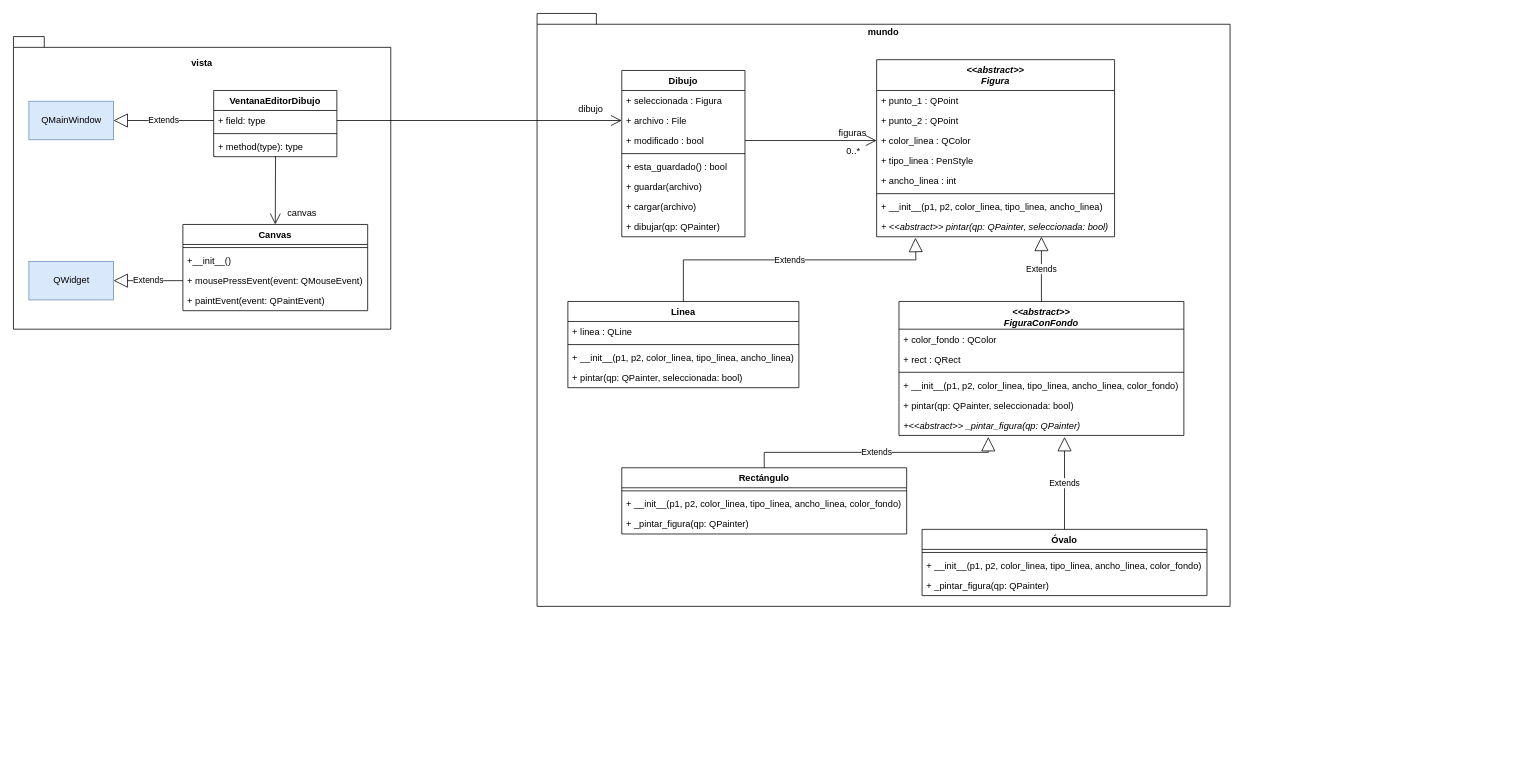
Before: diagrama_clases.drawio in jahlon/editor_dibujo_pyside, a draw.io diagram. Source tidied: cells renumbered, new cells numbered last; positions are measured from the earlier drawing's top-left corner, leaving out a move shared by most shapes. Both pictures are drawn from the tidied source at 77%, with x=0, y=0 at pixel (13, 13).
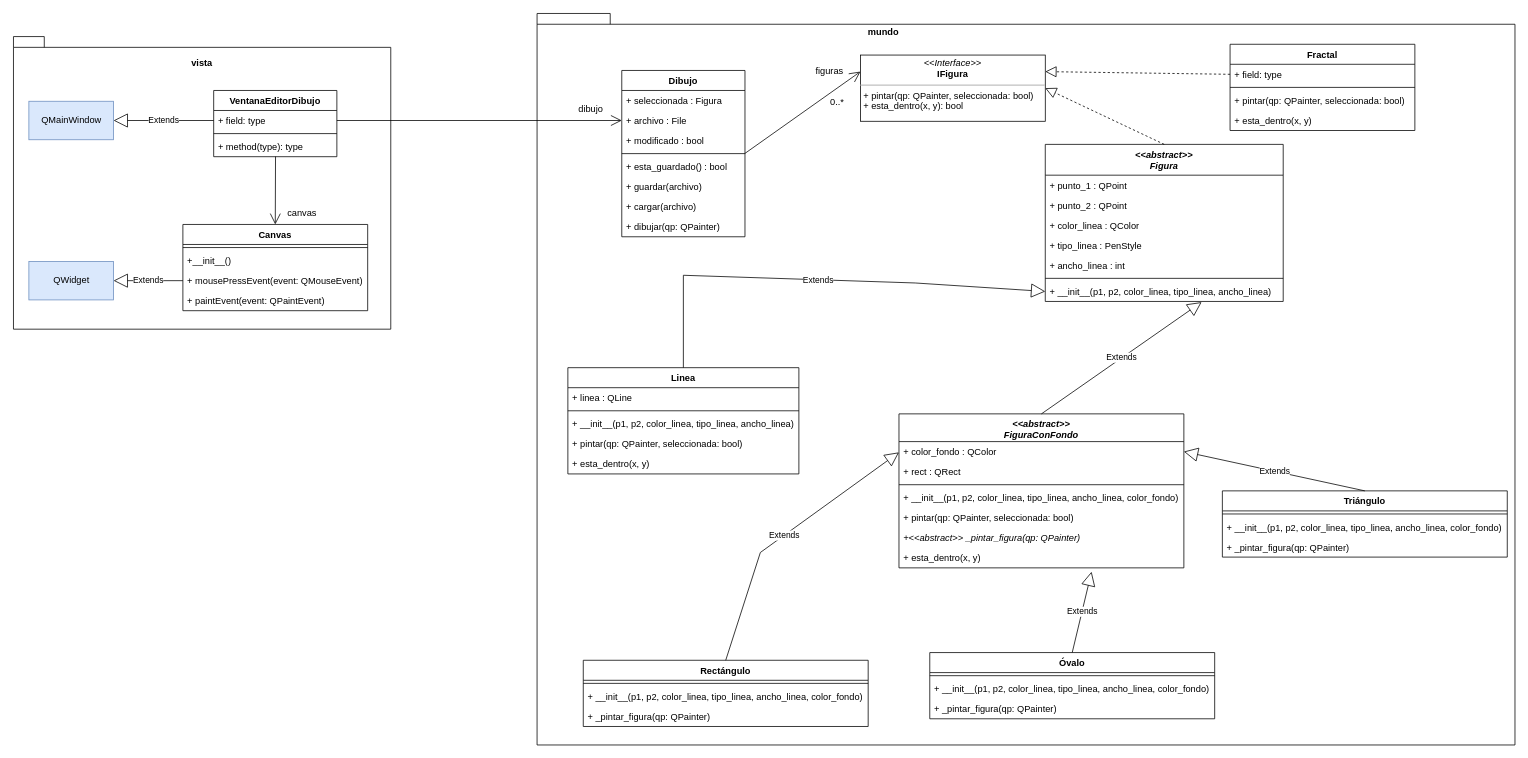
Above is the later version.

Commit message (it also covers changes not shown here):
Se terminó la implementación agregando la interfaz y modificando la interfaz gráfica para agregar el botón de triángulo

The change refers to these unchanged cells:
```xml
<mxCell id="7" value="+ color_linea : QColor" style="text;strokeColor=none;fillColor=none;align=left;verticalAlign=top;spacingLeft=4;spacingRight=4;overflow=hidden;points=[[0,0.5],[1,0.5]];portConstraint=eastwest;" parent="4" vertex="1">
  <mxGeometry y="92" width="309" height="26" as="geometry" />
</mxCell>
<mxCell id="11" value="+ __init__(p1, p2, color_linea, tipo_linea, ancho_linea)" style="text;strokeColor=none;fillColor=none;align=left;verticalAlign=top;spacingLeft=4;spacingRight=4;overflow=hidden;points=[[0,0.5],[1,0.5]];portConstraint=eastwest;" parent="4" vertex="1">
  <mxGeometry y="178" width="309" height="26" as="geometry" />
</mxCell>
<mxCell id="19" value="+ color_fondo : QColor" style="text;strokeColor=none;fillColor=none;align=left;verticalAlign=top;spacingLeft=4;spacingRight=4;overflow=hidden;points=[[0,0.5],[1,0.5]];portConstraint=eastwest;" parent="18" vertex="1">
  <mxGeometry y="36" width="370" height="26" as="geometry" />
</mxCell>
<mxCell id="36" value="+ modificado : bool" style="text;strokeColor=none;fillColor=none;align=left;verticalAlign=top;spacingLeft=4;spacingRight=4;overflow=hidden;points=[[0,0.5],[1,0.5]];portConstraint=eastwest;" parent="33" vertex="1">
  <mxGeometry y="78" width="160" height="26" as="geometry" />
</mxCell>
```

Diff of the diagram source:
```diff
@@
     <mxCell id="2" style="shape=folder;fontStyle=1;spacingTop=10;tabWidth=40;tabHeight=14;tabPosition=left;html=1;fillColor=default;" parent="1" vertex="1">
-      <mxGeometry x="680" width="900" height="770" as="geometry" />
+      <mxGeometry x="680" width="1270" height="950" as="geometry" />
     </mxCell>
@@
     <mxCell id="4" value="&lt;&lt;abstract&gt;&gt;&#10;Figura" style="swimlane;fontStyle=3;align=center;verticalAlign=top;horizontal=1;startSize=40;" parent="1" vertex="1">
-      <mxGeometry x="1121" y="60" width="309" height="230" as="geometry" />
+      <mxGeometry x="1340" y="170" width="309" height="204" as="geometry" />
     </mxCell>
@@
-    <mxCell id="12" value="+ &lt;&lt;abstract&gt;&gt; pintar(qp: QPainter, seleccionada: bool)" style="text;strokeColor=none;fillColor=none;align=left;verticalAlign=top;spacingLeft=4;spacingRight=4;overflow=hidden;points=[[0,0.5],[1,0.5]];portConstraint=eastwest;fontStyle=2;" parent="4" vertex="1">
-      <mxGeometry y="204" width="309" height="26" as="geometry" />
-    </mxCell>
     <mxCell id="13" value="Linea" style="swimlane;fontStyle=1;align=center;verticalAlign=top;horizontal=1;startSize=26;" parent="1" vertex="1">
-      <mxGeometry x="720" y="374" width="300" height="112" as="geometry" />
+      <mxGeometry x="720" y="460" width="300" height="138" as="geometry" />
     </mxCell>
@@
+    <mxCell id="68" value="+ esta_dentro(x, y)" style="text;strokeColor=none;fillColor=none;align=left;verticalAlign=top;spacingLeft=4;spacingRight=4;overflow=hidden;fontStyle=0;" parent="13" vertex="1">
+      <mxGeometry y="112" width="300" height="26" as="geometry" />
+    </mxCell>
     <mxCell id="18" value="&lt;&lt;abstract&gt;&gt;&#10;FiguraConFondo" style="swimlane;fontStyle=3;align=center;verticalAlign=top;horizontal=1;startSize=36;" parent="1" vertex="1">
-      <mxGeometry x="1150" y="374" width="370" height="174" as="geometry" />
+      <mxGeometry x="1150" y="520" width="370" height="200" as="geometry" />
     </mxCell>
@@
+    <mxCell id="69" value="+ esta_dentro(x, y)" style="text;strokeColor=none;fillColor=none;align=left;verticalAlign=top;spacingLeft=4;spacingRight=4;overflow=hidden;points=[[0,0.5],[1,0.5]];portConstraint=eastwest;fontStyle=0;" parent="18" vertex="1">
+      <mxGeometry y="174" width="370" height="26" as="geometry" />
+    </mxCell>
     <mxCell id="25" value="Rectángulo" style="swimlane;fontStyle=1;align=center;verticalAlign=top;horizontal=1;startSize=26;" parent="1" vertex="1">
-      <mxGeometry x="790" y="590" width="370" height="86" as="geometry" />
+      <mxGeometry x="740" y="840" width="370" height="86" as="geometry" />
     </mxCell>
@@
     <mxCell id="29" value="Óvalo" style="swimlane;fontStyle=1;align=center;verticalAlign=top;horizontal=1;startSize=26;" parent="1" vertex="1">
-      <mxGeometry x="1180" y="670" width="370" height="86" as="geometry" />
+      <mxGeometry x="1190" y="830" width="370" height="86" as="geometry" />
     </mxCell>
@@
-    <mxCell id="42" style="endArrow=open;endFill=1;endSize=12;html=1;rounded=0;exitX=1;exitY=0.5;exitDx=0;exitDy=0;entryX=0;entryY=0.5;entryDx=0;entryDy=0;" parent="1" edge="1" source="36" target="7">
-      <mxGeometry relative="1" as="geometry" />
-    </mxCell>
     <mxCell id="43" value="figuras" style="text;html=1;strokeColor=none;fillColor=none;align=center;verticalAlign=middle;whiteSpace=wrap;rounded=0;" parent="1" vertex="1">
-      <mxGeometry x="1060" y="140" width="60" height="30" as="geometry" />
+      <mxGeometry x="1030" y="60" width="60" height="30" as="geometry" />
     </mxCell>
     <mxCell id="44" value="0..*" style="text;html=1;strokeColor=none;fillColor=none;align=center;verticalAlign=middle;whiteSpace=wrap;rounded=0;" parent="1" vertex="1">
-      <mxGeometry x="1061" y="164" width="60" height="30" as="geometry" />
+      <mxGeometry x="1040" y="100" width="60" height="30" as="geometry" />
     </mxCell>
-    <mxCell id="45" value="Extends" style="endArrow=block;endSize=16;endFill=0;html=1;rounded=0;entryX=0.163;entryY=1.051;entryDx=0;entryDy=0;entryPerimeter=0;exitX=0.5;exitY=0;exitDx=0;exitDy=0;" parent="1" edge="1" source="13" target="12">
+    <mxCell id="45" value="Extends" style="endArrow=block;endSize=16;endFill=0;html=1;rounded=0;exitX=0.5;exitY=0;exitDx=0;exitDy=0;entryX=0;entryY=0.5;entryDx=0;entryDy=0;" parent="1" edge="1" source="13" target="11">
       <mxGeometry relative="1" as="geometry">
         <Array as="points">
-          <mxPoint x="870" y="320" />
-          <mxPoint x="1172" y="320" />
+          <mxPoint x="870" y="340" />
+          <mxPoint x="1171" y="350" />
         </Array>
       </mxGeometry>
     </mxCell>
-    <mxCell id="46" value="Extends" style="endArrow=block;endSize=16;endFill=0;html=1;rounded=0;exitX=0.5;exitY=0;exitDx=0;exitDy=0;" parent="1" edge="1" source="18">
-      <mxGeometry relative="1" as="geometry">
-        <mxPoint x="1335" y="290" as="targetPoint" />
-      </mxGeometry>
+    <mxCell id="46" value="Extends" style="endArrow=block;endSize=16;endFill=0;html=1;rounded=0;exitX=0.5;exitY=0;exitDx=0;exitDy=0;entryX=0.657;entryY=1.033;entryDx=0;entryDy=0;entryPerimeter=0;" parent="1" edge="1" source="18" target="11">
+      <mxGeometry relative="1" as="geometry" />
     </mxCell>
-    <mxCell id="47" value="Extends" style="endArrow=block;endSize=16;endFill=0;html=1;rounded=0;exitX=0.5;exitY=0;exitDx=0;exitDy=0;" parent="1" edge="1" source="29">
-      <mxGeometry relative="1" as="geometry">
-        <mxPoint x="1365" y="550" as="targetPoint" />
-      </mxGeometry>
+    <mxCell id="47" value="Extends" style="endArrow=block;endSize=16;endFill=0;html=1;rounded=0;exitX=0.5;exitY=0;exitDx=0;exitDy=0;entryX=0.676;entryY=1.192;entryDx=0;entryDy=0;entryPerimeter=0;" parent="1" edge="1" source="29" target="69">
+      <mxGeometry relative="1" as="geometry" />
     </mxCell>
-    <mxCell id="48" value="Extends" style="endArrow=block;endSize=16;endFill=0;html=1;rounded=0;exitX=0.5;exitY=0;exitDx=0;exitDy=0;" parent="1" edge="1" source="25">
+    <mxCell id="48" value="Extends" style="endArrow=block;endSize=16;endFill=0;html=1;rounded=0;exitX=0.5;exitY=0;exitDx=0;exitDy=0;entryX=0;entryY=0.25;entryDx=0;entryDy=0;" parent="1" edge="1" source="25" target="18">
       <mxGeometry relative="1" as="geometry">
-        <mxPoint x="1266" y="550" as="targetPoint" />
         <Array as="points">
-          <mxPoint x="975" y="570" />
-          <mxPoint x="1266" y="570" />
+          <mxPoint x="970" y="700" />
         </Array>
       </mxGeometry>
     </mxCell>
@@
+    <mxCell id="70" value="&lt;p style=&quot;margin: 0px ; margin-top: 4px ; text-align: center&quot;&gt;&lt;i&gt;&amp;lt;&amp;lt;Interface&amp;gt;&amp;gt;&lt;/i&gt;&lt;br&gt;&lt;b&gt;IFigura&lt;/b&gt;&lt;/p&gt;&lt;hr size=&quot;1&quot;&gt;&lt;p style=&quot;margin: 0px ; margin-left: 4px&quot;&gt;+ pintar(qp: QPainter, seleccionada: bool)&lt;br&gt;+ esta_dentro(x, y): bool&lt;/p&gt;" style="verticalAlign=top;align=left;overflow=fill;fontSize=12;fontFamily=Helvetica;html=1;" parent="1" vertex="1">
+      <mxGeometry x="1100" y="54" width="240" height="86" as="geometry" />
+    </mxCell>
+    <mxCell id="71" style="endArrow=open;endFill=1;endSize=12;html=1;rounded=0;entryX=0;entryY=0.25;entryDx=0;entryDy=0;" parent="1" edge="1" target="70">
+      <mxGeometry relative="1" as="geometry">
+        <mxPoint x="950" y="181.7" as="sourcePoint" />
+      </mxGeometry>
+    </mxCell>
+    <mxCell id="72" style="endArrow=block;dashed=1;endFill=0;endSize=12;html=1;rounded=0;entryX=1;entryY=0.5;entryDx=0;entryDy=0;exitX=0.5;exitY=0;exitDx=0;exitDy=0;" parent="1" edge="1" source="4" target="70">
+      <mxGeometry relative="1" as="geometry" />
+    </mxCell>
+    <mxCell id="73" value="Fractal" style="swimlane;fontStyle=1;align=center;verticalAlign=top;horizontal=1;startSize=26;" parent="1" vertex="1">
+      <mxGeometry x="1580" y="40" width="240" height="112" as="geometry" />
+    </mxCell>
+    <mxCell id="74" value="+ field: type" style="text;strokeColor=none;fillColor=none;align=left;verticalAlign=top;spacingLeft=4;spacingRight=4;overflow=hidden;points=[[0,0.5],[1,0.5]];portConstraint=eastwest;" parent="73" vertex="1">
+      <mxGeometry y="26" width="240" height="26" as="geometry" />
+    </mxCell>
+    <mxCell id="75" style="line;strokeWidth=1;fillColor=none;align=left;verticalAlign=middle;spacingTop=-1;spacingLeft=3;spacingRight=3;labelPosition=right;" parent="73" vertex="1">
+      <mxGeometry y="52" width="240" height="8" as="geometry" />
+    </mxCell>
+    <mxCell id="76" value="+ pintar(qp: QPainter, seleccionada: bool)" style="text;strokeColor=none;fillColor=none;align=left;verticalAlign=top;spacingLeft=4;spacingRight=4;overflow=hidden;fontStyle=0;" parent="73" vertex="1">
+      <mxGeometry y="60" width="240" height="26" as="geometry" />
+    </mxCell>
+    <mxCell id="77" value="+ esta_dentro(x, y)" style="text;strokeColor=none;fillColor=none;align=left;verticalAlign=top;spacingLeft=4;spacingRight=4;overflow=hidden;fontStyle=0;" parent="73" vertex="1">
+      <mxGeometry y="86" width="240" height="26" as="geometry" />
+    </mxCell>
+    <mxCell id="78" style="endArrow=block;dashed=1;endFill=0;endSize=12;html=1;rounded=0;entryX=1;entryY=0.25;entryDx=0;entryDy=0;exitX=0;exitY=0.5;exitDx=0;exitDy=0;" parent="1" edge="1" source="74" target="70">
+      <mxGeometry relative="1" as="geometry" />
+    </mxCell>
+    <mxCell id="79" value="Triángulo" style="swimlane;fontStyle=1;align=center;verticalAlign=top;horizontal=1;startSize=26;" parent="1" vertex="1">
+      <mxGeometry x="1570" y="620" width="370" height="86" as="geometry" />
+    </mxCell>
+    <mxCell id="80" style="line;strokeWidth=1;fillColor=none;align=left;verticalAlign=middle;spacingTop=-1;spacingLeft=3;spacingRight=3;labelPosition=right;" parent="79" vertex="1">
+      <mxGeometry y="26" width="370" height="8" as="geometry" />
+    </mxCell>
+    <mxCell id="81" value="+ __init__(p1, p2, color_linea, tipo_linea, ancho_linea, color_fondo)" style="text;strokeColor=none;fillColor=none;align=left;verticalAlign=top;spacingLeft=4;spacingRight=4;overflow=hidden;" parent="79" vertex="1">
+      <mxGeometry y="34" width="370" height="26" as="geometry" />
+    </mxCell>
+    <mxCell id="82" value="+ _pintar_figura(qp: QPainter)" style="text;strokeColor=none;fillColor=none;align=left;verticalAlign=top;spacingLeft=4;spacingRight=4;overflow=hidden;fontStyle=0;" parent="79" vertex="1">
+      <mxGeometry y="60" width="370" height="26" as="geometry" />
+    </mxCell>
+    <mxCell id="83" value="Extends" style="endArrow=block;endSize=16;endFill=0;html=1;rounded=0;exitX=0.5;exitY=0;exitDx=0;exitDy=0;entryX=1;entryY=0.5;entryDx=0;entryDy=0;" parent="1" edge="1" source="79" target="19">
+      <mxGeometry relative="1" as="geometry" />
+    </mxCell>
```
